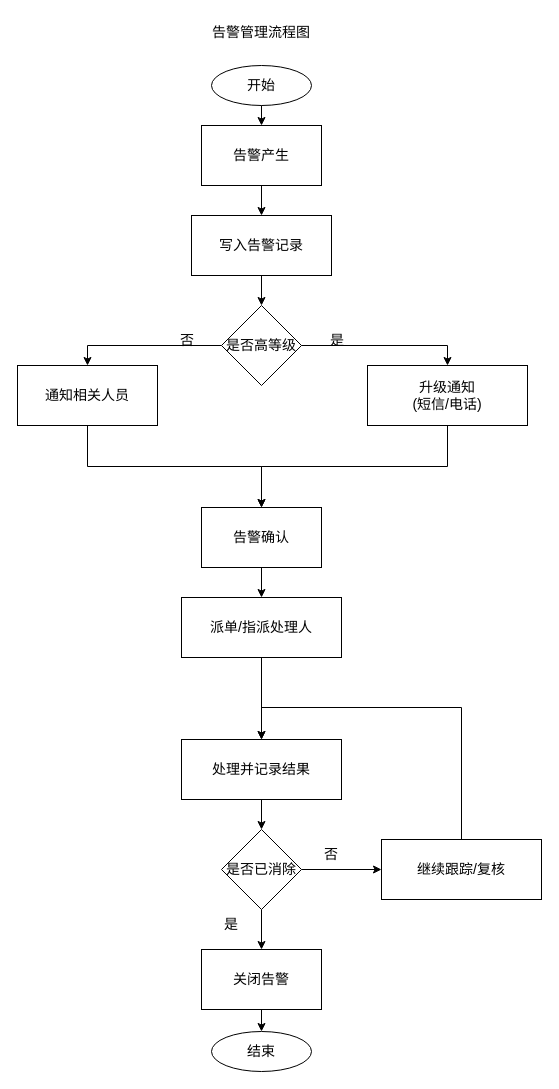
Earlier version of the draw.io diagram page "告警管理流程图" (5 of 22) of 汽车管理系统位图.drawio (Corkedmzx/-airport-vehicle-system). Source tidied: cells renumbered, new cells numbered last; positions are measured from the earlier drawing's top-left corner, leaving out a move shared by most shapes. Both pictures are drawn from the tidied source at 100%, with x=0, y=0 at pixel (17, 17).
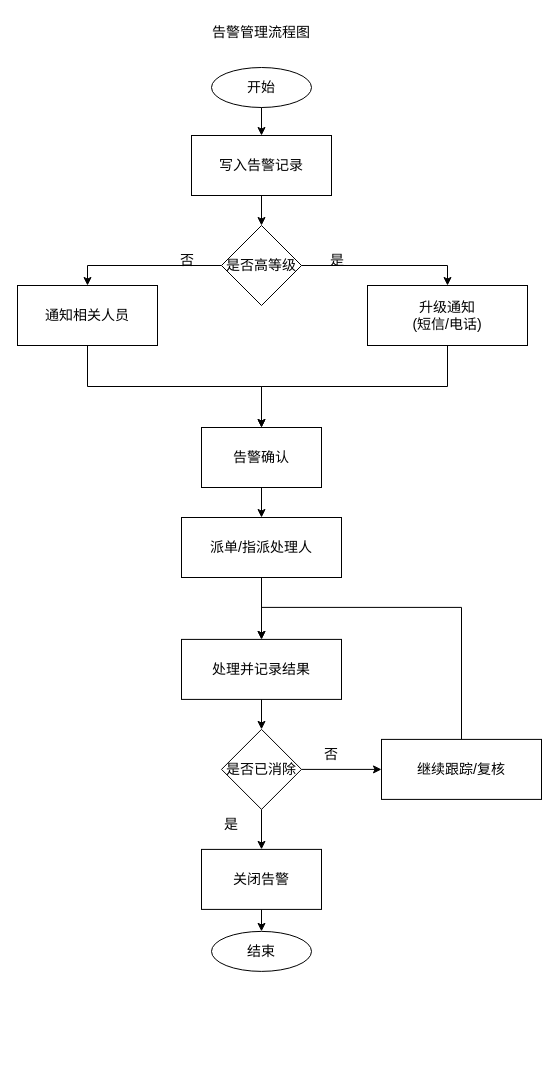
The same page after the edit.

Diff of the diagram source:
```diff
@@
     <mxCell id="2" value="开始" style="ellipse;whiteSpace=wrap;html=1;fontSize=14;" parent="1" vertex="1">
-      <mxGeometry x="194" y="48" width="100" height="40" as="geometry" />
+      <mxGeometry x="194" y="50" width="100" height="40" as="geometry" />
     </mxCell>
     <mxCell id="3" value="结束" style="ellipse;whiteSpace=wrap;html=1;fontSize=14;" parent="1" vertex="1">
-      <mxGeometry x="194" y="1014" width="100" height="40" as="geometry" />
+      <mxGeometry x="194" y="913.9" width="100" height="40" as="geometry" />
     </mxCell>
-    <mxCell id="4" style="edgeStyle=orthogonalEdgeStyle;rounded=0;jettySize=auto;html=1;fontSize=14;exitX=0.5;exitY=1;exitDx=0;exitDy=0;entryX=0.5;entryY=0;entryDx=0;entryDy=0;" parent="1" edge="1" source="2" target="7">
-      <mxGeometry relative="1" as="geometry" />
-    </mxCell>
@@
-    <mxCell id="7" value="告警产生" style="rounded=0;whiteSpace=wrap;html=1;fontSize=14;" parent="1" vertex="1">
-      <mxGeometry x="184" y="108" width="120" height="60" as="geometry" />
-    </mxCell>
     <mxCell id="8" value="写入告警记录" style="rounded=0;whiteSpace=wrap;html=1;fontSize=14;" parent="1" vertex="1">
-      <mxGeometry x="174" y="198" width="140" height="60" as="geometry" />
+      <mxGeometry x="174" y="118" width="140" height="60" as="geometry" />
     </mxCell>
     <mxCell id="9" value="是否高等级" style="rhombus;whiteSpace=wrap;html=1;fontSize=14;" parent="1" vertex="1">
-      <mxGeometry x="204" y="288" width="80" height="80" as="geometry" />
+      <mxGeometry x="204" y="208" width="80" height="80" as="geometry" />
     </mxCell>
@@
     <mxCell id="11" value="通知相关人员" style="rounded=0;whiteSpace=wrap;html=1;fontSize=14;" parent="1" vertex="1">
-      <mxGeometry y="348" width="140" height="60" as="geometry" />
+      <mxGeometry y="268" width="140" height="60" as="geometry" />
     </mxCell>
@@
     <mxCell id="13" value="升级通知&lt;br&gt;(短信/电话)" style="rounded=0;whiteSpace=wrap;html=1;fontSize=14;" parent="1" vertex="1">
-      <mxGeometry x="350" y="348" width="160" height="60" as="geometry" />
+      <mxGeometry x="350" y="268" width="160" height="60" as="geometry" />
     </mxCell>
     <mxCell id="14" style="edgeStyle=orthogonalEdgeStyle;rounded=0;jettySize=auto;html=1;exitX=0.5;exitY=1;exitDx=0;exitDy=0;entryX=0.5;entryY=0;entryDx=0;entryDy=0;fontSize=14;" parent="1" edge="1" target="15">
       <mxGeometry relative="1" as="geometry">
-        <mxPoint x="244" y="496" as="sourcePoint" />
+        <mxPoint x="244" y="416" as="sourcePoint" />
       </mxGeometry>
     </mxCell>
     <mxCell id="15" value="告警确认" style="rounded=0;whiteSpace=wrap;html=1;fontSize=14;" parent="1" vertex="1">
-      <mxGeometry x="184" y="490" width="120" height="60" as="geometry" />
+      <mxGeometry x="184" y="410" width="120" height="60" as="geometry" />
     </mxCell>
@@
     <mxCell id="17" value="派单/指派处理人" style="rounded=0;whiteSpace=wrap;html=1;fontSize=14;" parent="1" vertex="1">
-      <mxGeometry x="164" y="580" width="160" height="60" as="geometry" />
+      <mxGeometry x="164" y="500" width="160" height="60" as="geometry" />
     </mxCell>
     <mxCell id="18" value="处理并记录结果" style="rounded=0;whiteSpace=wrap;html=1;fontSize=14;" parent="1" vertex="1">
-      <mxGeometry x="164" y="722" width="160" height="60" as="geometry" />
+      <mxGeometry x="164" y="621.9" width="160" height="60" as="geometry" />
     </mxCell>
@@
     <mxCell id="20" value="是否已消除" style="rhombus;whiteSpace=wrap;html=1;fontSize=14;" parent="1" vertex="1">
-      <mxGeometry x="204" y="812" width="80" height="80" as="geometry" />
+      <mxGeometry x="204" y="711.9" width="80" height="80" as="geometry" />
     </mxCell>
     <mxCell id="21" style="edgeStyle=orthogonalEdgeStyle;rounded=0;jettySize=auto;html=1;exitX=0.5;exitY=0;exitDx=0;exitDy=0;entryX=0.5;entryY=0;entryDx=0;entryDy=0;" parent="1" edge="1" source="22" target="18">
       <mxGeometry relative="1" as="geometry">
         <Array as="points">
-          <mxPoint x="444" y="690" />
-          <mxPoint x="244" y="690" />
+          <mxPoint x="444" y="589.9" />
+          <mxPoint x="244" y="589.9" />
         </Array>
       </mxGeometry>
     </mxCell>
     <mxCell id="22" value="继续跟踪/复核" style="rounded=0;whiteSpace=wrap;html=1;fontSize=14;" parent="1" vertex="1">
-      <mxGeometry x="364" y="822" width="160" height="60" as="geometry" />
+      <mxGeometry x="364" y="721.9" width="160" height="60" as="geometry" />
     </mxCell>
     <mxCell id="23" value="关闭告警" style="rounded=0;whiteSpace=wrap;html=1;fontSize=14;" parent="1" vertex="1">
-      <mxGeometry x="184" y="932" width="120" height="60" as="geometry" />
+      <mxGeometry x="184" y="831.9" width="120" height="60" as="geometry" />
     </mxCell>
-    <mxCell id="24" style="edgeStyle=orthogonalEdgeStyle;rounded=0;jettySize=auto;html=1;exitX=0.5;exitY=1;exitDx=0;exitDy=0;entryX=0.5;entryY=0;entryDx=0;entryDy=0;fontSize=14;" parent="1" edge="1" source="7" target="8">
+    <mxCell id="24" style="edgeStyle=orthogonalEdgeStyle;rounded=0;jettySize=auto;html=1;exitX=0.5;exitY=1;exitDx=0;exitDy=0;entryX=0.5;entryY=0;entryDx=0;entryDy=0;fontSize=14;" parent="1" edge="1" source="2" target="8">
       <mxGeometry relative="1" as="geometry" />
     </mxCell>
@@
     <mxCell id="28" value="是" style="text;html=1;whiteSpace=wrap;strokeColor=none;fillColor=none;align=center;verticalAlign=middle;rounded=0;fontSize=14;" parent="1" vertex="1">
-      <mxGeometry x="290" y="308" width="60" height="30" as="geometry" />
+      <mxGeometry x="290" y="228" width="60" height="30" as="geometry" />
     </mxCell>
     <mxCell id="29" value="否" style="text;html=1;whiteSpace=wrap;strokeColor=none;fillColor=none;align=center;verticalAlign=middle;rounded=0;fontSize=14;" parent="1" vertex="1">
-      <mxGeometry x="140" y="308" width="60" height="30" as="geometry" />
+      <mxGeometry x="140" y="228" width="60" height="30" as="geometry" />
     </mxCell>
@@
     <mxCell id="33" value="是" style="text;html=1;whiteSpace=wrap;strokeColor=none;fillColor=none;align=center;verticalAlign=middle;rounded=0;fontSize=14;" parent="1" vertex="1">
-      <mxGeometry x="184" y="892" width="60" height="30" as="geometry" />
+      <mxGeometry x="184" y="791.9" width="60" height="30" as="geometry" />
     </mxCell>
     <mxCell id="34" value="否" style="text;html=1;whiteSpace=wrap;strokeColor=none;fillColor=none;align=center;verticalAlign=middle;rounded=0;fontSize=14;" parent="1" vertex="1">
-      <mxGeometry x="284" y="822" width="60" height="30" as="geometry" />
+      <mxGeometry x="284" y="721.9" width="60" height="30" as="geometry" />
     </mxCell>
```
